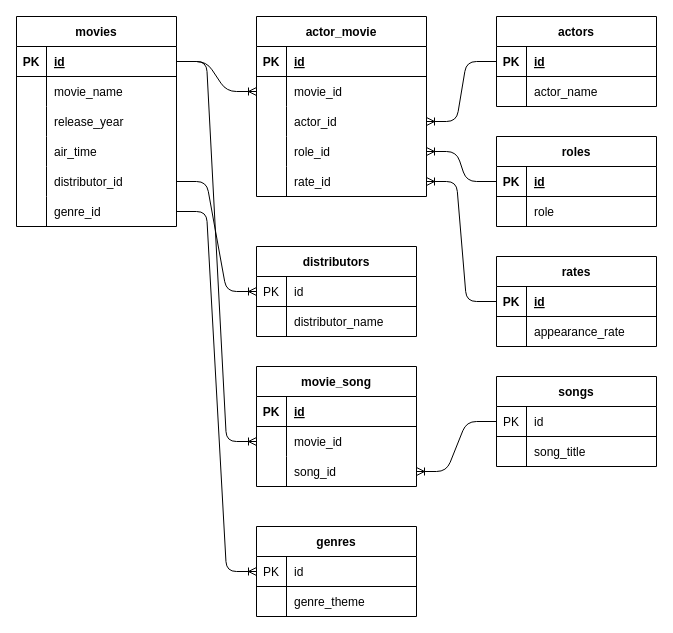
posiposi/GreatActors keeps this draw.io diagram as GreatActors_ER.dio. Above is the earlier version. Source tidied: cells renumbered, new cells numbered last; positions are measured from the earlier drawing's top-left corner, leaving out a move shared by most shapes. Both pictures are drawn from the tidied source at 100%, with x=0, y=0 at pixel (16, 16).
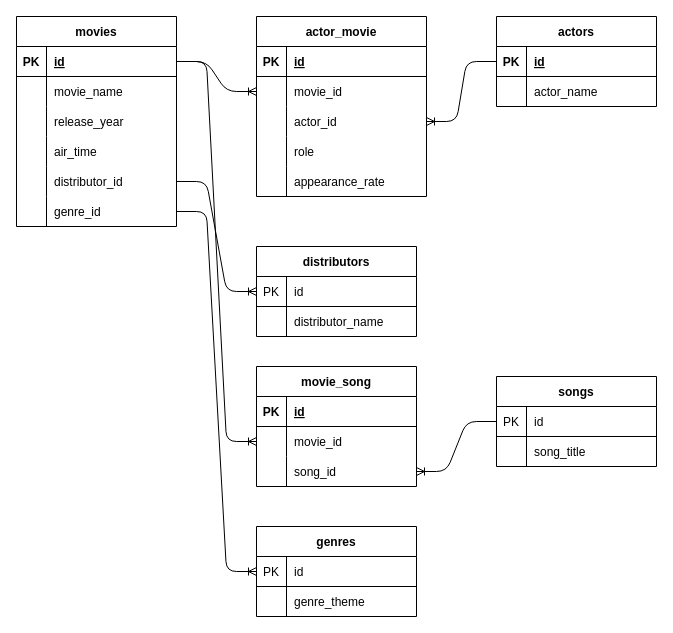
Above is the later version.

Commit message:
#123 ER図変更(役割、出演比率を中間テーブルに統合)

The change refers to these unchanged cells:
```xml
<mxCell id="75" style="shape=tableRow;horizontal=0;startSize=0;swimlaneHead=0;swimlaneBody=0;fillColor=none;points=[[0,0.5],[1,0.5]];portConstraint=eastwest;top=0;left=0;right=0;bottom=0;" parent="65" vertex="1">
  <mxGeometry y="120" width="170" height="30" as="geometry" />
</mxCell>
<mxCell id="78" style="shape=tableRow;horizontal=0;startSize=0;swimlaneHead=0;swimlaneBody=0;fillColor=none;points=[[0,0.5],[1,0.5]];portConstraint=eastwest;top=0;left=0;right=0;bottom=0;" parent="65" vertex="1">
  <mxGeometry y="150" width="170" height="30" as="geometry" />
</mxCell>
```

The edit, as a diff of the source:
```diff
@@
-    <mxCell id="77" value="role_id" style="shape=partialRectangle;fillColor=none;top=0;left=0;bottom=0;right=0;align=left;spacingLeft=6;overflow=hidden;" parent="75" vertex="1">
+    <mxCell id="77" value="role" style="shape=partialRectangle;fillColor=none;top=0;left=0;bottom=0;right=0;align=left;spacingLeft=6;overflow=hidden;" parent="75" vertex="1">
       <mxGeometry x="30" width="140" height="30" as="geometry" />
     </mxCell>
@@
-    <mxCell id="80" value="rate_id" style="shape=partialRectangle;fillColor=none;top=0;left=0;bottom=0;right=0;align=left;spacingLeft=6;overflow=hidden;" parent="78" vertex="1">
+    <mxCell id="80" value="appearance_rate" style="shape=partialRectangle;fillColor=none;top=0;left=0;bottom=0;right=0;align=left;spacingLeft=6;overflow=hidden;" parent="78" vertex="1">
       <mxGeometry x="30" width="140" height="30" as="geometry" />
     </mxCell>
-    <mxCell id="81" value="roles" style="shape=table;startSize=30;childLayout=tableLayout;rowLines=0;fontStyle=1;align=center;" parent="1" vertex="1">
-      <mxGeometry x="480" y="120" width="160" height="90" as="geometry" />
-    </mxCell>
-    <mxCell id="82" style="shape=tableRow;horizontal=0;startSize=0;swimlaneHead=0;swimlaneBody=0;fillColor=none;points=[[0,0.5],[1,0.5]];portConstraint=eastwest;top=0;left=0;right=0;bottom=1;" parent="81" vertex="1">
-      <mxGeometry y="30" width="160" height="30" as="geometry" />
-    </mxCell>
-    <mxCell id="83" value="PK" style="shape=partialRectangle;fillColor=none;top=0;left=0;bottom=0;right=0;fontStyle=1;overflow=hidden;" parent="82" vertex="1">
-      <mxGeometry width="30" height="30" as="geometry" />
-    </mxCell>
-    <mxCell id="84" value="id" style="shape=partialRectangle;fillColor=none;top=0;left=0;bottom=0;right=0;align=left;spacingLeft=6;fontStyle=5;overflow=hidden;" parent="82" vertex="1">
-      <mxGeometry x="30" width="130" height="30" as="geometry" />
-    </mxCell>
-    <mxCell id="85" style="shape=tableRow;horizontal=0;startSize=0;swimlaneHead=0;swimlaneBody=0;fillColor=none;top=0;left=0;right=0;bottom=0;" parent="81" vertex="1">
-      <mxGeometry y="60" width="160" height="30" as="geometry" />
-    </mxCell>
-    <mxCell id="86" style="shape=partialRectangle;fillColor=none;top=0;left=0;bottom=0;right=0;overflow=hidden;" parent="85" vertex="1">
-      <mxGeometry width="30" height="30" as="geometry" />
-    </mxCell>
-    <mxCell id="87" value="role" style="shape=partialRectangle;fillColor=none;top=0;left=0;bottom=0;right=0;align=left;spacingLeft=6;overflow=hidden;" parent="85" vertex="1">
-      <mxGeometry x="30" width="130" height="30" as="geometry" />
-    </mxCell>
-    <mxCell id="88" style="edgeStyle=entityRelationEdgeStyle;fontSize=12;html=1;endArrow=ERoneToMany;exitX=0;exitY=0.5;exitDx=0;exitDy=0;entryX=1;entryY=0.5;entryDx=0;entryDy=0;" parent="1" edge="1" source="82" target="75">
-      <mxGeometry relative="1" as="geometry" />
-    </mxCell>
-    <mxCell id="89" value="rates" style="shape=table;startSize=30;childLayout=tableLayout;rowLines=0;fontStyle=1;align=center;" parent="1" vertex="1">
-      <mxGeometry x="480" y="240" width="160" height="90" as="geometry" />
-    </mxCell>
-    <mxCell id="90" style="shape=tableRow;horizontal=0;startSize=0;swimlaneHead=0;swimlaneBody=0;fillColor=none;points=[[0,0.5],[1,0.5]];portConstraint=eastwest;top=0;left=0;right=0;bottom=1;" parent="89" vertex="1">
-      <mxGeometry y="30" width="160" height="30" as="geometry" />
-    </mxCell>
-    <mxCell id="91" value="PK" style="shape=partialRectangle;fillColor=none;top=0;left=0;bottom=0;right=0;fontStyle=1;overflow=hidden;" parent="90" vertex="1">
-      <mxGeometry width="30" height="30" as="geometry" />
-    </mxCell>
-    <mxCell id="92" value="id" style="shape=partialRectangle;fillColor=none;top=0;left=0;bottom=0;right=0;align=left;spacingLeft=6;fontStyle=5;overflow=hidden;" parent="90" vertex="1">
-      <mxGeometry x="30" width="130" height="30" as="geometry" />
-    </mxCell>
-    <mxCell id="93" style="shape=tableRow;horizontal=0;startSize=0;swimlaneHead=0;swimlaneBody=0;fillColor=none;top=0;left=0;right=0;bottom=0;" parent="89" vertex="1">
-      <mxGeometry y="60" width="160" height="30" as="geometry" />
-    </mxCell>
-    <mxCell id="94" style="shape=partialRectangle;fillColor=none;top=0;left=0;bottom=0;right=0;overflow=hidden;" parent="93" vertex="1">
-      <mxGeometry width="30" height="30" as="geometry" />
-    </mxCell>
-    <mxCell id="95" value="appearance_rate" style="shape=partialRectangle;fillColor=none;top=0;left=0;bottom=0;right=0;align=left;spacingLeft=6;overflow=hidden;" parent="93" vertex="1">
-      <mxGeometry x="30" width="130" height="30" as="geometry" />
-    </mxCell>
-    <mxCell id="96" style="edgeStyle=entityRelationEdgeStyle;fontSize=12;html=1;endArrow=ERoneToMany;exitX=0;exitY=0.5;exitDx=0;exitDy=0;entryX=1;entryY=0.5;entryDx=0;entryDy=0;" parent="1" edge="1" source="90" target="78">
-      <mxGeometry relative="1" as="geometry" />
-    </mxCell>
```
